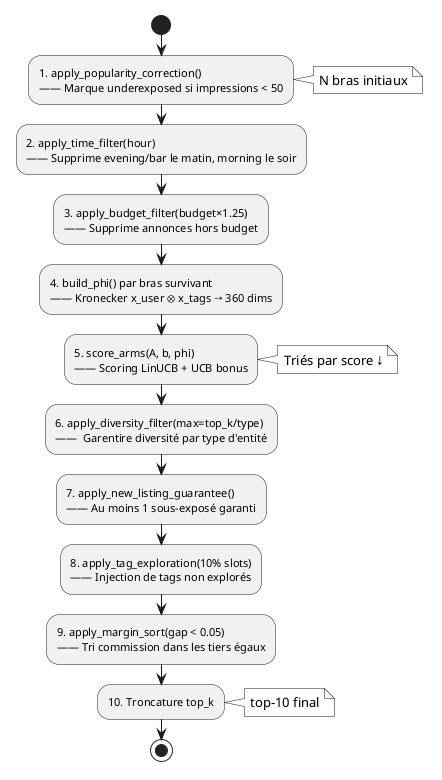
ahmed-addali/rapport keeps this PlantUML diagram as diagrams/fig_05_ranker_pipeline.png. Above is the earlier version.
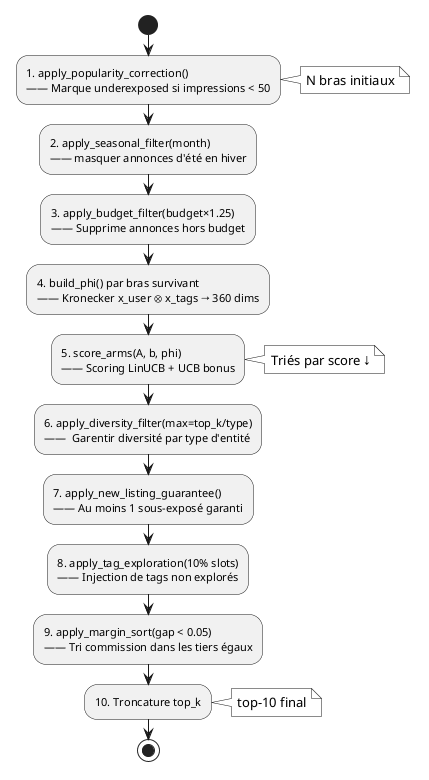
Above is the later version.

The edit, as a diff of the source:
```diff
@@ -9,8 +9,8 @@
 :1. apply_popularity_correction()
 —— Marque underexposed si impressions < 50;
 note right: N bras initiaux
-:2. apply_time_filter(hour)
-—— Supprime evening/bar le matin, morning le soir;
+:2. apply_seasonal_filter(month)
+—— masquer annonces d'été en hiver;
 :3. apply_budget_filter(budget×1.25)
 —— Supprime annonces hors budget;
 :4. build_phi() par bras survivant
@@ -19,7 +19,7 @@
 —— Scoring LinUCB + UCB bonus;
 note right: Triés par score ↓
 :6. apply_diversity_filter(max=top_k/type)
-——  Garentire diversité par type d'entité;
+——  Garentir diversité par type d'entité;
 :7. apply_new_listing_guarantee()
 —— Au moins 1 sous-exposé garanti;
 :8. apply_tag_exploration(10% slots)
```
